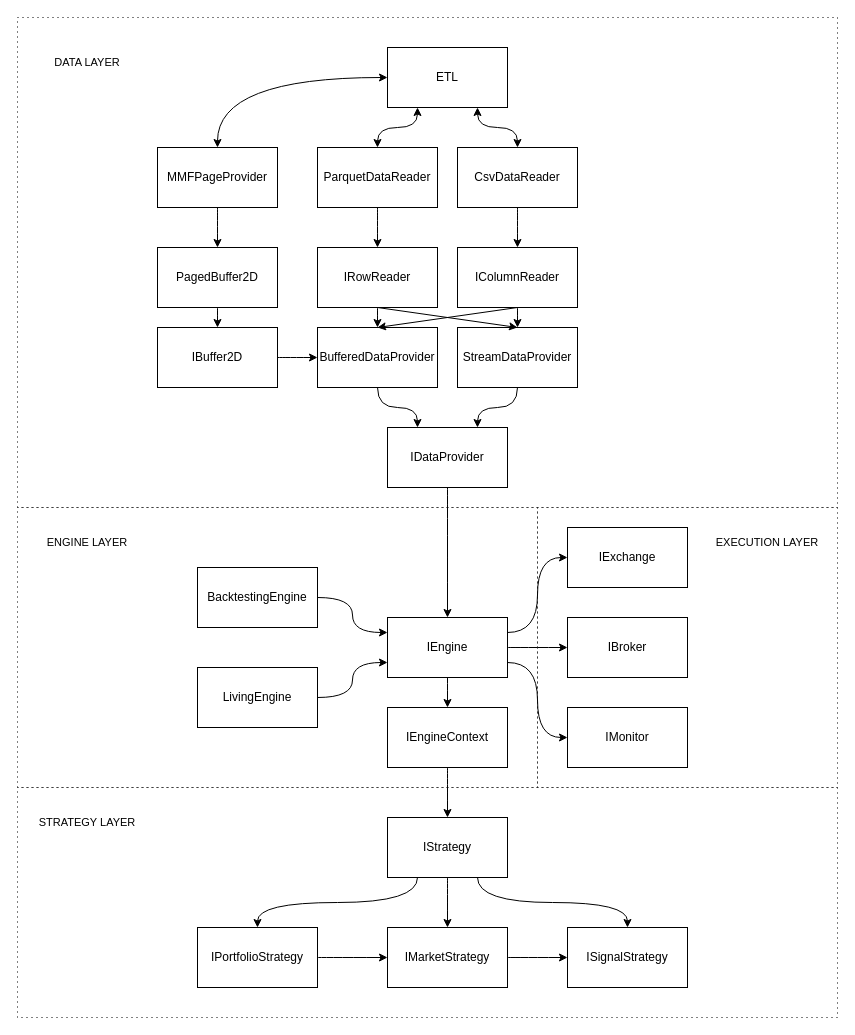
Earlier version of the draw.io diagram Diagram/CarrotBacktesting.Net.Diagram.drawio (CRThu/CarrotQuant.Net). Source tidied: cells renumbered, new cells numbered last; positions are measured from the earlier drawing's top-left corner, leaving out a move shared by most shapes. Both pictures are drawn from the tidied source at 100%, with x=0, y=0 at pixel (17, 17).
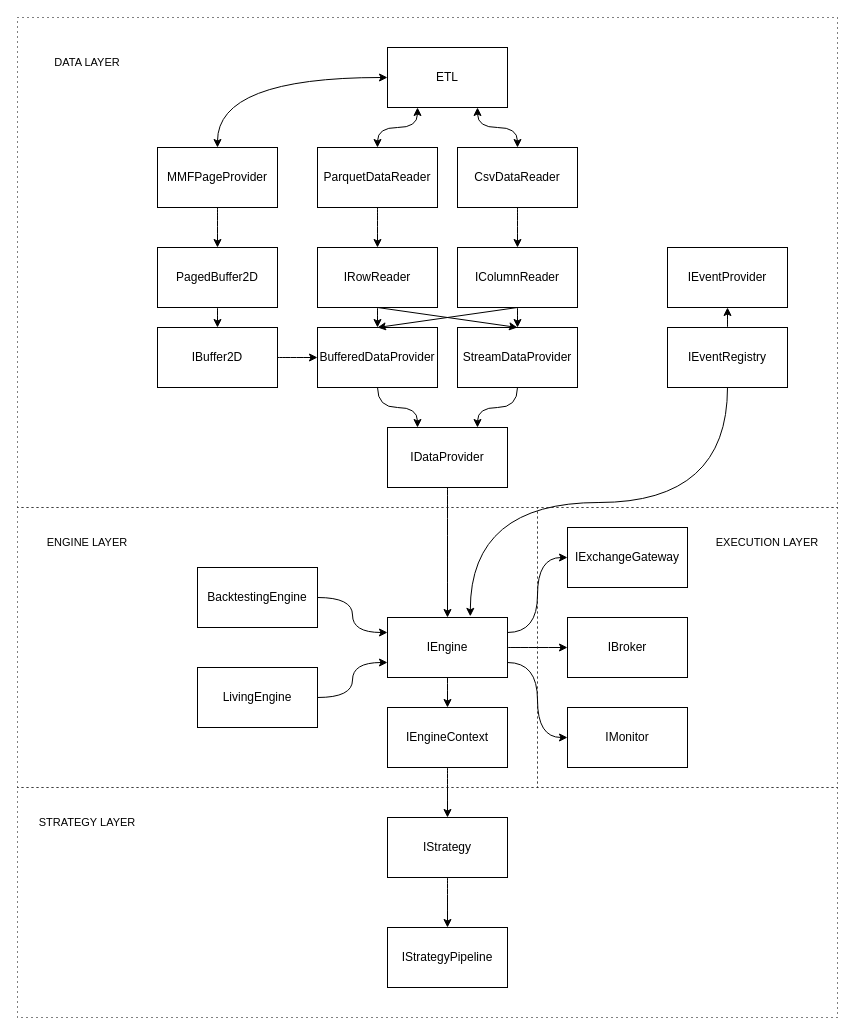
Above is the later version.

Commit message (it also covers changes not shown here):
更新流程框图

Unchanged cells that the change refers to:
```xml
<mxCell id="22" value="IEngine" style="rounded=0;whiteSpace=wrap;html=1;fillColor=default;" parent="1" vertex="1">
  <mxGeometry x="370" y="600" width="120" height="60" as="geometry" />
</mxCell>
<mxCell id="35" value="IStrategy" style="rounded=0;whiteSpace=wrap;html=1;fillColor=default;" parent="1" vertex="1">
  <mxGeometry x="370" y="800" width="120" height="60" as="geometry" />
</mxCell>
```

Change to the diagram source:
```diff
@@
-    <mxCell id="27" value="IExchange" style="rounded=0;whiteSpace=wrap;html=1;fillColor=default;" parent="1" vertex="1">
+    <mxCell id="27" value="IExchangeGateway" style="rounded=0;whiteSpace=wrap;html=1;fillColor=default;" parent="1" vertex="1">
       <mxGeometry x="550" y="510" width="120" height="60" as="geometry" />
     </mxCell>
@@
-    <mxCell id="32" style="edgeStyle=orthogonalEdgeStyle;shape=connector;curved=1;rounded=0;jettySize=auto;html=1;exitX=0.25;exitY=1;exitDx=0;exitDy=0;entryX=0.5;entryY=0;entryDx=0;entryDy=0;strokeColor=default;align=center;verticalAlign=middle;fontFamily=Helvetica;fontSize=11;fontColor=default;labelBackgroundColor=default;endArrow=classic;" parent="1" edge="1" source="35" target="37">
-      <mxGeometry relative="1" as="geometry" />
-    </mxCell>
@@
-    <mxCell id="34" style="edgeStyle=orthogonalEdgeStyle;shape=connector;curved=1;rounded=0;jettySize=auto;html=1;exitX=0.75;exitY=1;exitDx=0;exitDy=0;entryX=0.5;entryY=0;entryDx=0;entryDy=0;strokeColor=default;align=center;verticalAlign=middle;fontFamily=Helvetica;fontSize=11;fontColor=default;labelBackgroundColor=default;endArrow=classic;" parent="1" edge="1" source="35" target="40">
-      <mxGeometry relative="1" as="geometry" />
-    </mxCell>
@@
-    <mxCell id="36" style="edgeStyle=orthogonalEdgeStyle;shape=connector;curved=1;rounded=0;jettySize=auto;html=1;exitX=1;exitY=0.5;exitDx=0;exitDy=0;entryX=0;entryY=0.5;entryDx=0;entryDy=0;strokeColor=default;align=center;verticalAlign=middle;fontFamily=Helvetica;fontSize=11;fontColor=default;labelBackgroundColor=default;endArrow=classic;" parent="1" edge="1" source="37" target="39">
-      <mxGeometry relative="1" as="geometry" />
-    </mxCell>
-    <mxCell id="37" value="IPortfolioStrategy" style="rounded=0;whiteSpace=wrap;html=1;fillColor=default;" parent="1" vertex="1">
-      <mxGeometry x="180" y="910" width="120" height="60" as="geometry" />
-    </mxCell>
-    <mxCell id="38" style="edgeStyle=orthogonalEdgeStyle;shape=connector;curved=1;rounded=0;jettySize=auto;html=1;exitX=1;exitY=0.5;exitDx=0;exitDy=0;entryX=0;entryY=0.5;entryDx=0;entryDy=0;strokeColor=default;align=center;verticalAlign=middle;fontFamily=Helvetica;fontSize=11;fontColor=default;labelBackgroundColor=default;endArrow=classic;" parent="1" edge="1" source="39" target="40">
-      <mxGeometry relative="1" as="geometry" />
-    </mxCell>
-    <mxCell id="39" value="IMarketStrategy" style="rounded=0;whiteSpace=wrap;html=1;fillColor=default;" parent="1" vertex="1">
+    <mxCell id="39" value="IStrategyPipeline" style="rounded=0;whiteSpace=wrap;html=1;fillColor=default;" parent="1" vertex="1">
       <mxGeometry x="370" y="910" width="120" height="60" as="geometry" />
     </mxCell>
-    <mxCell id="40" value="ISignalStrategy" style="rounded=0;whiteSpace=wrap;html=1;fillColor=default;" parent="1" vertex="1">
-      <mxGeometry x="550" y="910" width="120" height="60" as="geometry" />
-    </mxCell>
@@
+    <mxCell id="59" style="edgeStyle=orthogonalEdgeStyle;rounded=0;jettySize=auto;html=1;exitX=0.5;exitY=0;exitDx=0;exitDy=0;entryX=0.5;entryY=1;entryDx=0;entryDy=0;curved=1;" parent="1" edge="1" source="60" target="61">
+      <mxGeometry relative="1" as="geometry" />
+    </mxCell>
+    <mxCell id="60" value="IEventRegistry" style="rounded=0;whiteSpace=wrap;html=1;fillColor=default;" parent="1" vertex="1">
+      <mxGeometry x="650" y="310" width="120" height="60" as="geometry" />
+    </mxCell>
+    <mxCell id="61" value="IEventProvider" style="rounded=0;whiteSpace=wrap;html=1;fillColor=default;" parent="1" vertex="1">
+      <mxGeometry x="650" y="230" width="120" height="60" as="geometry" />
+    </mxCell>
+    <mxCell id="62" style="edgeStyle=orthogonalEdgeStyle;rounded=0;jettySize=auto;html=1;exitX=0.5;exitY=1;exitDx=0;exitDy=0;entryX=0.69;entryY=-0.019;entryDx=0;entryDy=0;entryPerimeter=0;curved=1;" parent="1" edge="1" source="60" target="22">
+      <mxGeometry relative="1" as="geometry" />
+    </mxCell>
```
